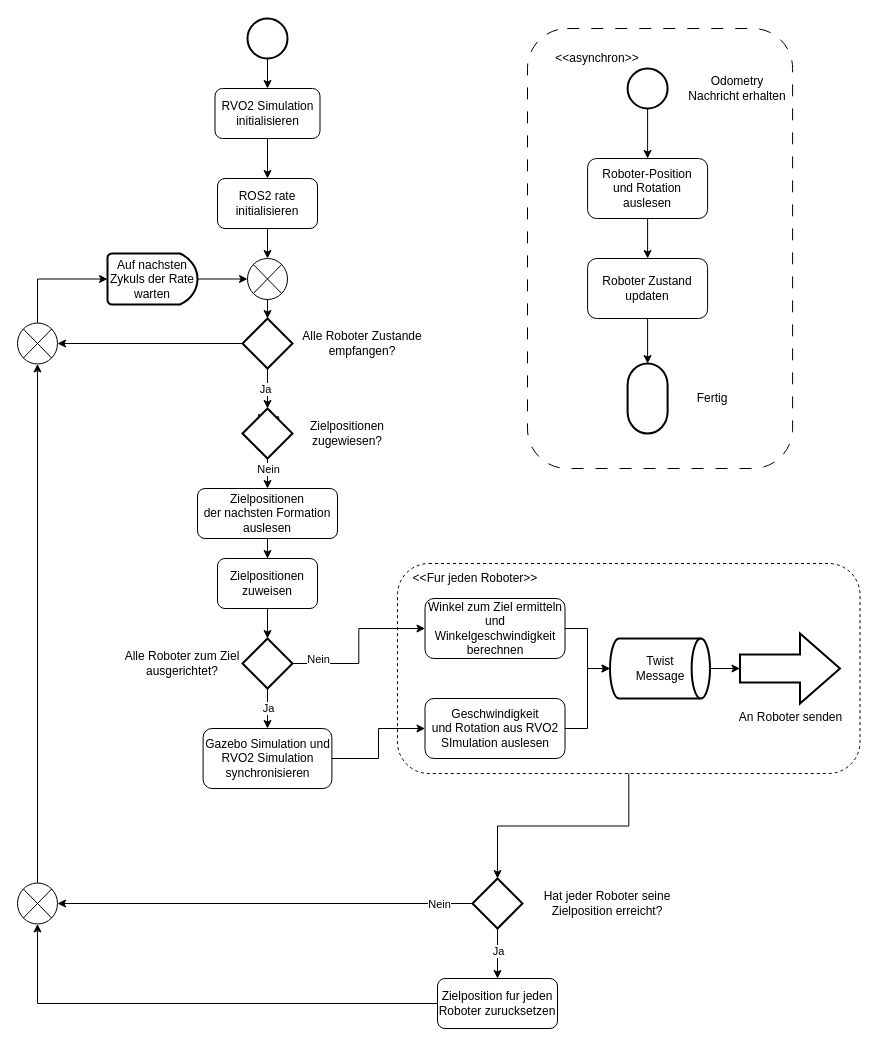
Above: diagrams/artistic_pattern_activity.drawio in MariiaPoliakovaa/RobotFormations (draw.io), before the change. Source tidied: cells renumbered, new cells numbered last; positions are measured from the earlier drawing's top-left corner, leaving out a move shared by most shapes. Both pictures are drawn from the tidied source at 100%, with x=0, y=0 at pixel (17, 18).
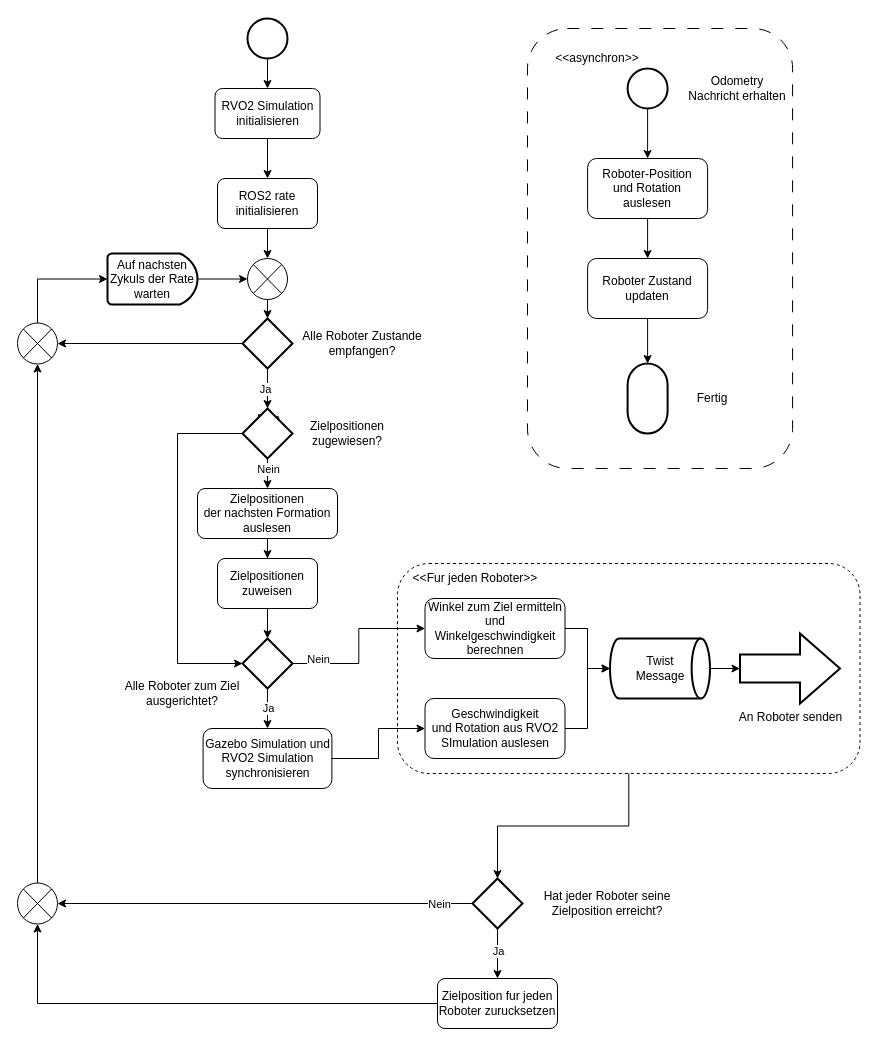
After the change.

Unchanged cells that the change refers to:
```xml
<mxCell id="26" style="strokeWidth=2;html=1;shape=mxgraph.flowchart.decision;whiteSpace=wrap;" parent="1" vertex="1">
  <mxGeometry x="225" y="390" width="50" height="50" as="geometry" />
</mxCell>
<mxCell id="65" style="strokeWidth=2;html=1;shape=mxgraph.flowchart.decision;whiteSpace=wrap;" parent="1" vertex="1">
  <mxGeometry x="225" y="620" width="50" height="50" as="geometry" />
</mxCell>
```

The edit, as a diff of the source:
```diff
@@
+    <mxCell id="68" style="edgeStyle=orthogonalEdgeStyle;rounded=0;jettySize=auto;html=1;" parent="1" edge="1" source="26" target="65">
+      <mxGeometry relative="1" as="geometry">
+        <Array as="points">
+          <mxPoint x="160" y="415" />
+          <mxPoint x="160" y="645" />
+        </Array>
+      </mxGeometry>
+    </mxCell>
@@
     <mxCell id="66" value="Alle Roboter zum Ziel ausgerichtet?" style="text;html=1;align=center;verticalAlign=middle;whiteSpace=wrap;rounded=0;" parent="1" vertex="1">
-      <mxGeometry x="90" y="630" width="150" height="30" as="geometry" />
+      <mxGeometry x="90" y="660" width="150" height="30" as="geometry" />
     </mxCell>
```
